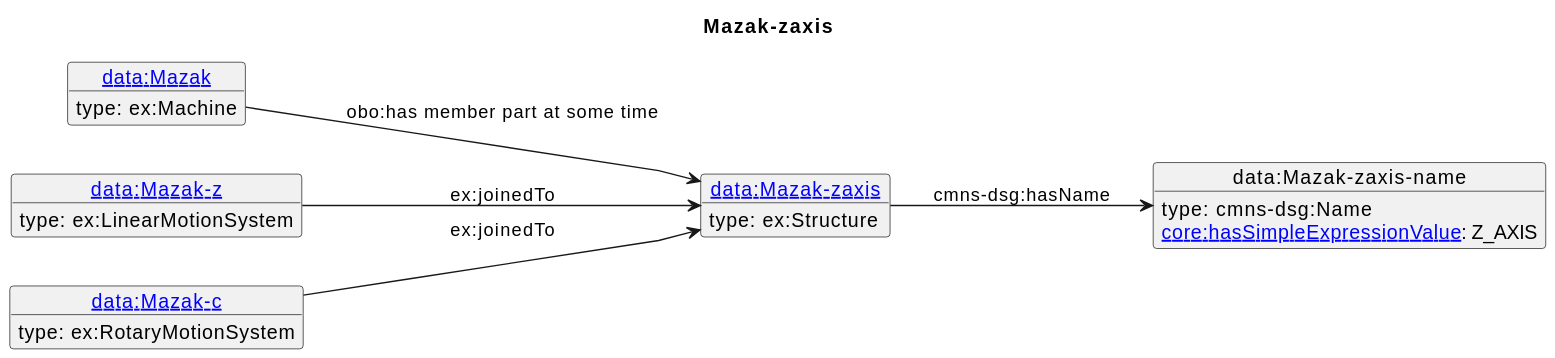
Before: diagrams/Mazak-zaxis.svg, a diagram exported from PlantUML (iofoundry/example-syseng-mtconnect). Its diagram source:
```plantuml
@startuml
skinparam linetype polyline
left to right direction
title Mazak-zaxis
object "[[./Mazak-zaxis.html data:Mazak-zaxis]]" as o1 {
 type: ex:Structure
}
object "data:Mazak-zaxis-name" as o2 {
 type: cmns-dsg:Name
}
object "[[./Mazak.html data:Mazak]]" as o3 {
 type: ex:Machine
}
object "[[./Mazak-z.html data:Mazak-z]]" as o4 {
 type: ex:LinearMotionSystem
}
object "[[./Mazak-c.html data:Mazak-c]]" as o5 {
 type: ex:RotaryMotionSystem
}
o1 --> o2 : cmns-dsg:hasName
o2 : [[https://spec.industrialontologies.org/ontology/core/Core/hasSimpleExpressionValue core:hasSimpleExpressionValue]]: Z_AXIS
o3 --> o1 : obo:has member part at some time
o4 --> o1 : ex:joinedTo
o5 --> o1 : ex:joinedTo
@enduml
```
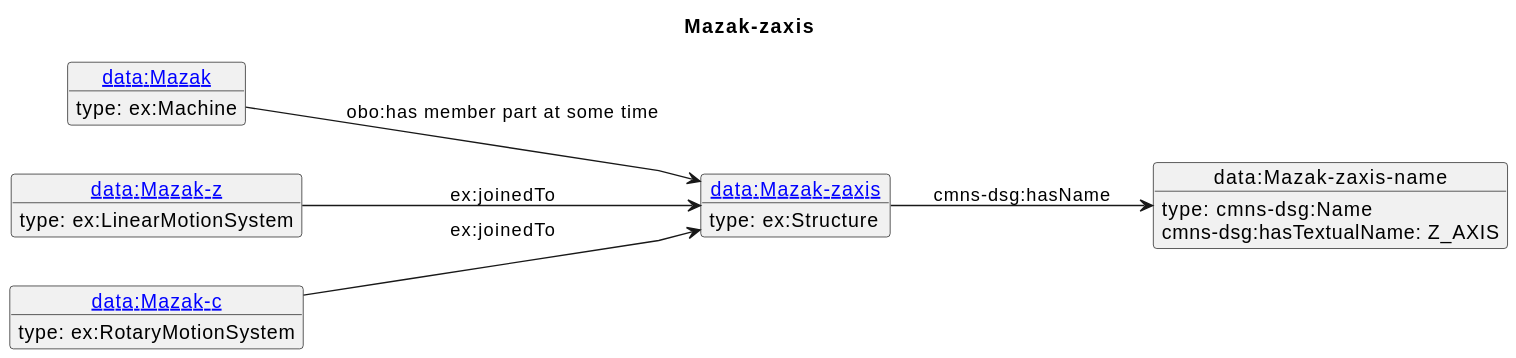
After the change.

Diff of the diagram source:
```diff
@@ -18,7 +18,7 @@
  type: ex:RotaryMotionSystem
 }
 o1 --> o2 : cmns-dsg:hasName
-o2 : [[https://spec.industrialontologies.org/ontology/core/Core/hasSimpleExpressionValue core:hasSimpleExpressionValue]]: Z_AXIS
+o2 : cmns-dsg:hasTextualName: Z_AXIS
 o3 --> o1 : obo:has member part at some time
 o4 --> o1 : ex:joinedTo
 o5 --> o1 : ex:joinedTo
```
